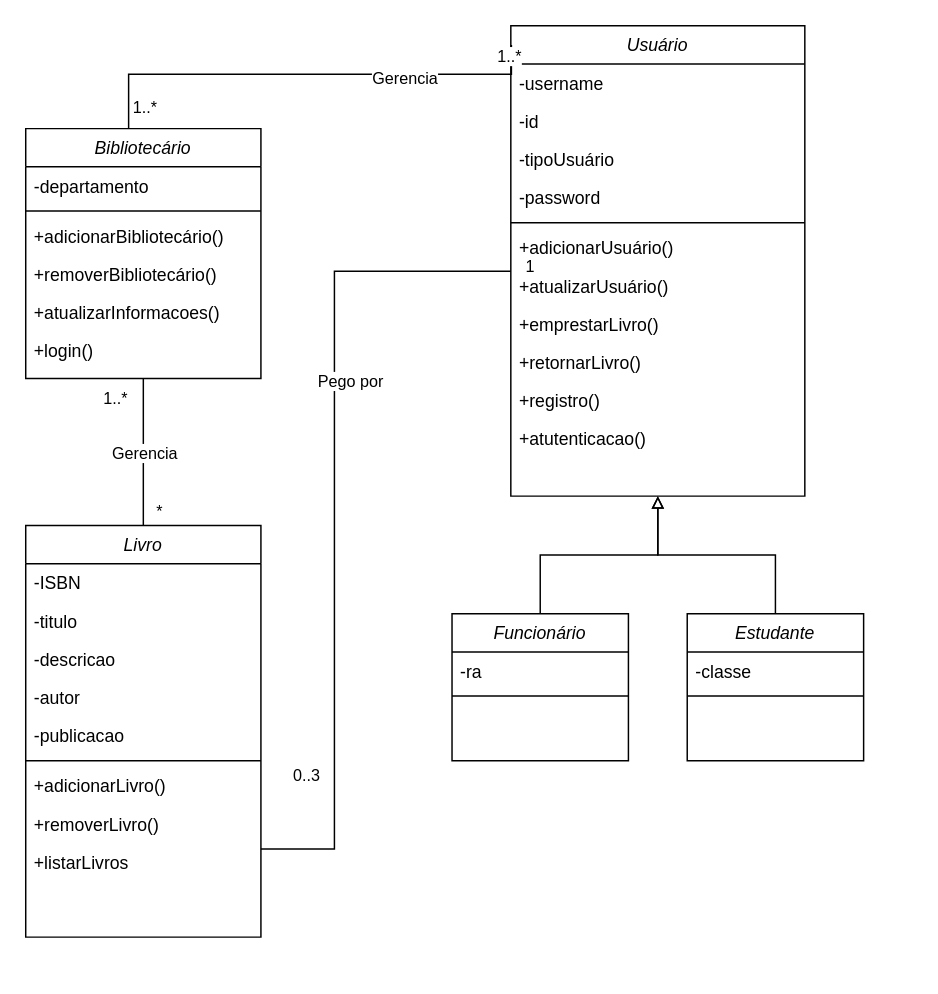
The draw.io diagram Untitled Diagram.drawio in JuanIWK3/diagrams, before the edit. Source tidied: cells renumbered, new cells numbered last; positions are measured from the earlier drawing's top-left corner, leaving out a move shared by most shapes. Both pictures are drawn from the tidied source at 147%, with x=0, y=0 at pixel (25, 25).
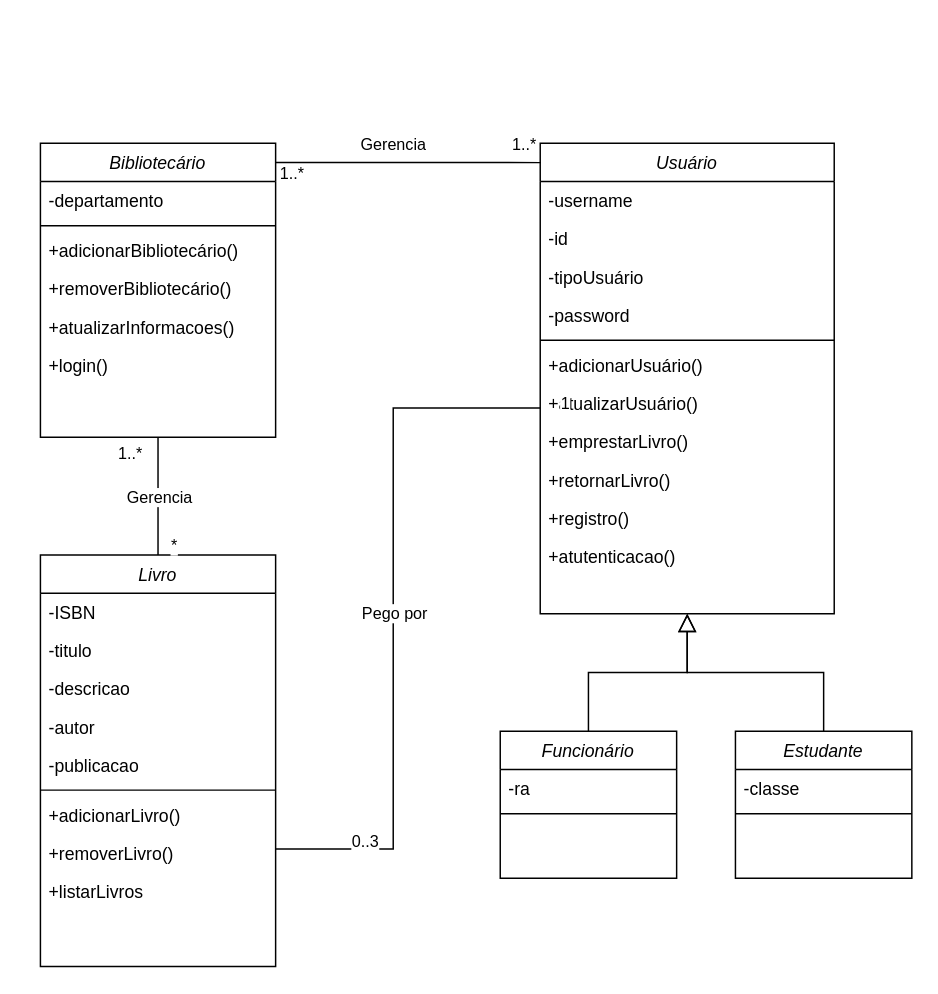
After the change.

Unchanged cells that the change refers to:
```xml
<mxCell id="33" style="edgeStyle=orthogonalEdgeStyle;rounded=0;jettySize=auto;html=1;entryX=0.5;entryY=0;entryDx=0;entryDy=0;endArrow=none;endFill=0;" parent="1" edge="1" source="37" target="18">
  <mxGeometry relative="1" as="geometry" />
</mxCell>
```

Change to the diagram source:
```diff
@@
     <mxCell id="2" value="Usuário" style="swimlane;fontStyle=2;align=center;verticalAlign=top;horizontal=1;startSize=26;rounded=0;shadow=0;strokeWidth=1;" parent="1" vertex="1">
-      <mxGeometry x="330" width="200" height="320" as="geometry" />
+      <mxGeometry x="350" y="80" width="200" height="320" as="geometry" />
     </mxCell>
@@
     <mxCell id="14" style="edgeStyle=orthogonalEdgeStyle;rounded=0;jettySize=auto;html=1;endArrow=none;endFill=0;" parent="1" edge="1" source="18" target="2">
       <mxGeometry relative="1" as="geometry">
         <Array as="points">
-          <mxPoint x="210" y="560" />
-          <mxPoint x="210" y="167" />
+          <mxPoint x="250" y="560" />
+          <mxPoint x="250" y="260" />
         </Array>
       </mxGeometry>
     </mxCell>
     <mxCell id="15" value="Pego por" style="edgeLabel;html=1;align=center;verticalAlign=middle;" parent="14" vertex="1">
       <mxGeometry x="0.37" y="4" relative="1" as="geometry">
-        <mxPoint x="14" y="17" as="offset" />
+        <mxPoint x="4" y="88" as="offset" />
       </mxGeometry>
     </mxCell>
@@
     <mxCell id="18" value="Livro" style="swimlane;fontStyle=2;align=center;verticalAlign=top;horizontal=1;startSize=26;rounded=0;shadow=0;strokeWidth=1;" parent="1" vertex="1">
-      <mxGeometry y="340" width="160" height="280" as="geometry" />
+      <mxGeometry x="10" y="360" width="160" height="280" as="geometry" />
     </mxCell>
@@
     <mxCell id="28" style="edgeStyle=orthogonalEdgeStyle;rounded=0;jettySize=auto;html=1;entryX=0.002;entryY=0.041;entryDx=0;entryDy=0;entryPerimeter=0;endArrow=none;endFill=0;" parent="1" edge="1" source="37" target="2">
       <mxGeometry relative="1" as="geometry">
         <Array as="points">
-          <mxPoint x="70" y="33" />
+          <mxPoint x="260" y="93" />
+          <mxPoint x="260" y="93" />
         </Array>
       </mxGeometry>
     </mxCell>
     <mxCell id="29" value="Gerencia" style="edgeLabel;html=1;align=center;verticalAlign=middle;" parent="28" vertex="1">
-      <mxGeometry x="0.41" y="-2" relative="1" as="geometry" />
+      <mxGeometry x="0.41" y="-2" relative="1" as="geometry">
+        <mxPoint x="-47" y="-15" as="offset" />
+      </mxGeometry>
     </mxCell>
     <mxCell id="30" value="1..*" style="edgeLabel;html=1;align=center;verticalAlign=middle;" parent="28" vertex="1">
       <mxGeometry x="-0.77" relative="1" as="geometry">
-        <mxPoint x="10" y="21" as="offset" />
+        <mxPoint x="-11" y="7" as="offset" />
       </mxGeometry>
     </mxCell>
@@
     <mxCell id="34" value="Gerencia" style="edgeLabel;html=1;align=center;verticalAlign=middle;" parent="33" vertex="1">
       <mxGeometry x="0.2" y="2" relative="1" as="geometry">
-        <mxPoint x="-2" y="-10" as="offset" />
+        <mxPoint x="-2" y="-8" as="offset" />
       </mxGeometry>
     </mxCell>
@@
     <mxCell id="37" value="Bibliotecário" style="swimlane;fontStyle=2;align=center;verticalAlign=top;horizontal=1;startSize=26;rounded=0;shadow=0;strokeWidth=1;" parent="1" vertex="1">
-      <mxGeometry y="70" width="160" height="170" as="geometry" />
+      <mxGeometry x="10" y="80" width="160" height="200" as="geometry" />
     </mxCell>
@@
-    <mxCell id="44" style="edgeStyle=orthogonalEdgeStyle;rounded=0;jettySize=auto;html=1;entryX=0.5;entryY=1;entryDx=0;entryDy=0;endArrow=block;endFill=0;" parent="1" edge="1" source="45" target="2">
+    <mxCell id="44" style="edgeStyle=orthogonalEdgeStyle;rounded=0;jettySize=auto;html=1;entryX=0.5;entryY=1;entryDx=0;entryDy=0;endArrow=block;endFill=0;endSize=10;" parent="1" edge="1" source="45" target="2">
       <mxGeometry relative="1" as="geometry" />
     </mxCell>
     <mxCell id="45" value="Estudante" style="swimlane;fontStyle=2;align=center;verticalAlign=top;horizontal=1;startSize=26;rounded=0;shadow=0;strokeWidth=1;" parent="1" vertex="1">
-      <mxGeometry x="450" y="400" width="120" height="100" as="geometry" />
+      <mxGeometry x="482.8" y="480" width="120" height="100" as="geometry" />
     </mxCell>
@@
-    <mxCell id="48" style="edgeStyle=orthogonalEdgeStyle;rounded=0;jettySize=auto;html=1;entryX=0.5;entryY=1;entryDx=0;entryDy=0;endArrow=block;endFill=0;" parent="1" edge="1" source="49" target="2">
+    <mxCell id="48" style="edgeStyle=orthogonalEdgeStyle;rounded=0;jettySize=auto;html=1;entryX=0.5;entryY=1;entryDx=0;entryDy=0;endArrow=block;endFill=0;strokeWidth=1;endSize=10;" parent="1" edge="1" source="49" target="2">
       <mxGeometry relative="1" as="geometry" />
     </mxCell>
     <mxCell id="49" value="Funcionário" style="swimlane;fontStyle=2;align=center;verticalAlign=top;horizontal=1;startSize=26;rounded=0;shadow=0;strokeWidth=1;" parent="1" vertex="1">
-      <mxGeometry x="290" y="400" width="120" height="100" as="geometry" />
+      <mxGeometry x="322.8" y="480" width="120" height="100" as="geometry" />
     </mxCell>
```
